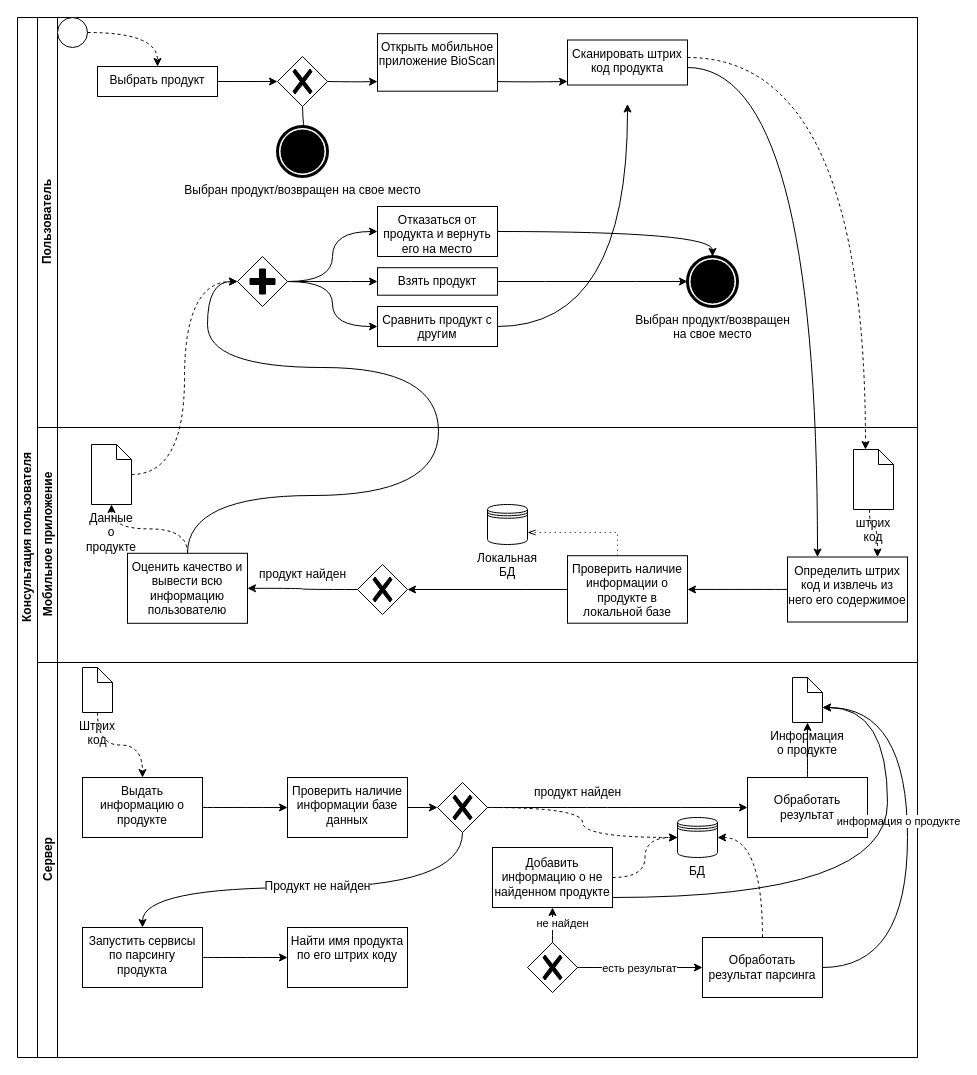
The draw.io diagram page "Пользователь" (3 of 4) of 4_course/МиСПИС/BPMN.drawio in tedmon1998/ISiT, before the edit. Source tidied: cells renumbered, new cells numbered last; positions are measured from the earlier drawing's top-left corner, leaving out a move shared by most shapes. Both pictures are drawn from the tidied source at 100%, with x=0, y=0 at pixel (17, 17).
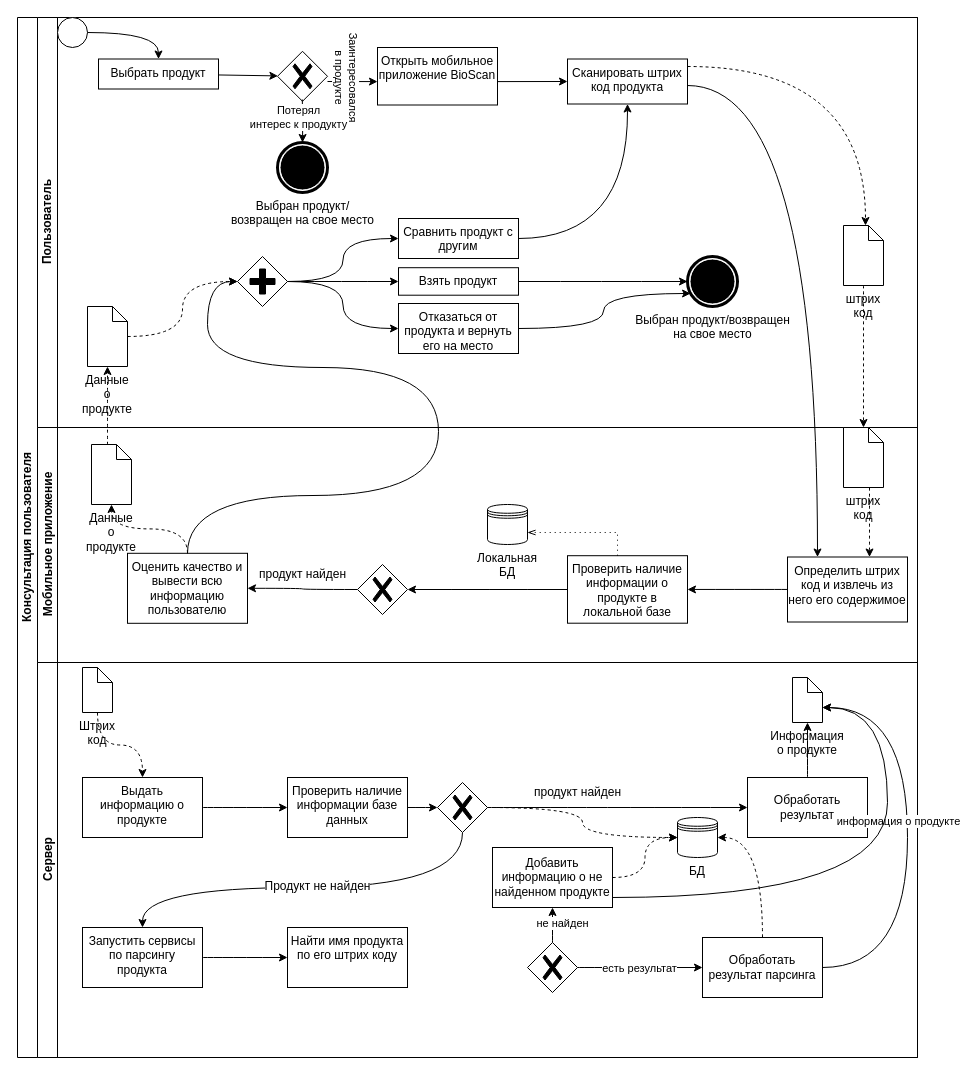
The same diagram, later.

The change refers to these unchanged cells:
```xml
<mxCell id="2" value="Консультация пользователя" style="swimlane;html=1;horizontal=0;startSize=20;whiteSpace=wrap;" parent="1" vertex="1">
  <mxGeometry width="900" height="1040" as="geometry" />
</mxCell>
<mxCell id="3" value="Пользователь" style="swimlane;html=1;startSize=20;horizontal=0;" parent="2" vertex="1">
  <mxGeometry x="20" width="880" height="410" as="geometry" />
</mxCell>
<mxCell id="16" style="points=[[0.25,0.25,0],[0.5,0,0],[0.75,0.25,0],[1,0.5,0],[0.75,0.75,0],[0.5,1,0],[0.25,0.75,0],[0,0.5,0]];shape=mxgraph.bpmn.gateway2;html=1;verticalLabelPosition=bottom;labelBackgroundColor=#ffffff;verticalAlign=top;align=center;perimeter=rhombusPerimeter;outlineConnect=0;outline=none;symbol=none;gwType=parallel;" parent="3" vertex="1">
  <mxGeometry x="200" y="239" width="50" height="50" as="geometry" />
</mxCell>
<mxCell id="23" value="Выбран продукт/возвращен &lt;br&gt;на свое место" style="points=[[0.145,0.145,0],[0.5,0,0],[0.855,0.145,0],[1,0.5,0],[0.855,0.855,0],[0.5,1,0],[0.145,0.855,0],[0,0.5,0]];shape=mxgraph.bpmn.event;html=1;verticalLabelPosition=bottom;labelBackgroundColor=#ffffff;verticalAlign=top;align=center;perimeter=ellipsePerimeter;outlineConnect=0;outline=end;symbol=terminate;" parent="3" vertex="1">
  <mxGeometry x="650" y="239" width="50" height="50" as="geometry" />
</mxCell>
<mxCell id="24" style="points=[[0.145,0.145,0],[0.5,0,0],[0.855,0.145,0],[1,0.5,0],[0.855,0.855,0],[0.5,1,0],[0.145,0.855,0],[0,0.5,0]];shape=mxgraph.bpmn.event;html=1;verticalLabelPosition=bottom;labelBackgroundColor=#ffffff;verticalAlign=top;align=center;perimeter=ellipsePerimeter;outlineConnect=0;outline=standard;symbol=general;" parent="3" vertex="1">
  <mxGeometry x="20" width="30" height="30" as="geometry" />
</mxCell>
<mxCell id="26" value="Мобильное приложение" style="swimlane;html=1;startSize=20;horizontal=0;" parent="2" vertex="1">
  <mxGeometry x="20" y="410" width="880" height="235" as="geometry" />
</mxCell>
<mxCell id="28" value="Определить штрих код и извлечь из него его содержимое" style="whiteSpace=wrap;html=1;verticalAlign=top;labelBackgroundColor=#ffffff;" parent="26" vertex="1">
  <mxGeometry x="750" y="129.5" width="120" height="65" as="geometry" />
</mxCell>
<mxCell id="39" value="Данные о продукте" style="shape=mxgraph.bpmn.data;labelPosition=center;verticalLabelPosition=bottom;align=center;verticalAlign=top;whiteSpace=wrap;size=15;html=1;" parent="26" vertex="1">
  <mxGeometry x="54" y="17" width="40" height="60" as="geometry" />
</mxCell>
```

What changed in the source:
```diff
@@
-    <mxCell id="4" style="edgeStyle=orthogonalEdgeStyle;curved=1;rounded=0;jettySize=auto;html=1;endArrow=classic;endFill=1;entryX=0;entryY=0.5;entryDx=0;entryDy=0;entryPerimeter=0;" parent="3" edge="1" source="5">
-      <mxGeometry relative="1" as="geometry">
-        <mxPoint x="240" y="64" as="targetPoint" />
-      </mxGeometry>
+    <mxCell id="4" style="rounded=0;jettySize=auto;html=1;endArrow=classic;endFill=1;" parent="3" edge="1" source="5" target="10">
+      <mxGeometry relative="1" as="geometry" />
     </mxCell>
     <mxCell id="5" value="Выбрать продукт" style="whiteSpace=wrap;html=1;verticalAlign=top;labelBackgroundColor=#ffffff;" parent="3" vertex="1">
-      <mxGeometry x="60" y="49" width="120" height="30" as="geometry" />
+      <mxGeometry x="61" y="41.5" width="120" height="30" as="geometry" />
     </mxCell>
-    <mxCell id="6" style="edgeStyle=orthogonalEdgeStyle;curved=1;rounded=0;orthogonalLoop=1;jettySize=auto;html=1;endArrow=classic;endFill=1;" parent="3" edge="1">
+    <mxCell id="6" style="rounded=0;orthogonalLoop=1;jettySize=auto;html=1;endArrow=classic;endFill=1;" parent="3" edge="1">
       <mxGeometry relative="1" as="geometry">
         <mxPoint x="460" y="64.1" as="sourcePoint" />
         <mxPoint x="530" y="64" as="targetPoint" />
       </mxGeometry>
     </mxCell>
     <mxCell id="7" value="Открыть мобильное приложение BioScan" style="whiteSpace=wrap;html=1;verticalAlign=top;labelBackgroundColor=#ffffff;" parent="3" vertex="1">
-      <mxGeometry x="340" y="16.2" width="120" height="57.5" as="geometry" />
+      <mxGeometry x="340" y="30" width="120" height="57.5" as="geometry" />
     </mxCell>
-    <mxCell id="8" style="edgeStyle=orthogonalEdgeStyle;curved=1;rounded=0;orthogonalLoop=1;jettySize=auto;html=1;endArrow=classic;endFill=1;" parent="3" edge="1">
+    <mxCell id="8" style="rounded=0;orthogonalLoop=1;jettySize=auto;html=1;endArrow=classic;endFill=1;" parent="3" edge="1">
       <mxGeometry relative="1" as="geometry">
         <mxPoint x="290" y="64" as="sourcePoint" />
         <mxPoint x="340" y="64.1" as="targetPoint" />
       </mxGeometry>
     </mxCell>
-    <mxCell id="9" style="edgeStyle=orthogonalEdgeStyle;curved=1;rounded=0;jettySize=auto;html=1;endArrow=classic;endFill=1;" parent="3" edge="1" target="12">
-      <mxGeometry relative="1" as="geometry">
-        <mxPoint x="265" y="89" as="sourcePoint" />
-      </mxGeometry>
-    </mxCell>
+    <mxCell id="77" value="Заинтересовался &lt;br&gt;в продукте" style="edgeLabel;html=1;align=center;verticalAlign=middle;rotation=90;" parent="8" vertex="1">
+      <mxGeometry x="-0.23" y="1" relative="1" as="geometry">
+        <mxPoint x="1" y="-4" as="offset" />
+      </mxGeometry>
+    </mxCell>
     <mxCell id="10" style="points=[[0.25,0.25,0],[0.5,0,0],[0.75,0.25,0],[1,0.5,0],[0.75,0.75,0],[0.5,1,0],[0.25,0.75,0],[0,0.5,0]];shape=mxgraph.bpmn.gateway2;html=1;verticalLabelPosition=bottom;labelBackgroundColor=#ffffff;verticalAlign=top;align=center;perimeter=rhombusPerimeter;outlineConnect=0;outline=none;symbol=none;gwType=exclusive;" parent="3" vertex="1">
-      <mxGeometry x="240" y="39" width="50" height="50" as="geometry" />
+      <mxGeometry x="240" y="33.8" width="50" height="50" as="geometry" />
     </mxCell>
     <mxCell id="11" value="Сканировать штрих код продукта" style="whiteSpace=wrap;html=1;verticalAlign=top;labelBackgroundColor=#ffffff;" parent="3" vertex="1">
-      <mxGeometry x="530" y="22.5" width="120" height="45" as="geometry" />
+      <mxGeometry x="530" y="41.5" width="120" height="45" as="geometry" />
     </mxCell>
-    <mxCell id="12" value="Выбран продукт/возвращен на свое место" style="points=[[0.145,0.145,0],[0.5,0,0],[0.855,0.145,0],[1,0.5,0],[0.855,0.855,0],[0.5,1,0],[0.145,0.855,0],[0,0.5,0]];shape=mxgraph.bpmn.event;html=1;verticalLabelPosition=bottom;labelBackgroundColor=#ffffff;verticalAlign=top;align=center;perimeter=ellipsePerimeter;outlineConnect=0;outline=end;symbol=terminate;" parent="3" vertex="1">
-      <mxGeometry x="240" y="109" width="50" height="50" as="geometry" />
+    <mxCell id="12" value="Выбран продукт/&lt;br&gt;возвращен на свое место" style="points=[[0.145,0.145,0],[0.5,0,0],[0.855,0.145,0],[1,0.5,0],[0.855,0.855,0],[0.5,1,0],[0.145,0.855,0],[0,0.5,0]];shape=mxgraph.bpmn.event;html=1;verticalLabelPosition=bottom;labelBackgroundColor=#ffffff;verticalAlign=top;align=center;perimeter=ellipsePerimeter;outlineConnect=0;outline=end;symbol=terminate;" parent="3" vertex="1">
+      <mxGeometry x="240" y="125" width="50" height="50" as="geometry" />
     </mxCell>
@@
     <mxCell id="18" value="Взять продукт" style="whiteSpace=wrap;html=1;verticalAlign=top;labelBackgroundColor=#ffffff;" parent="3" vertex="1">
-      <mxGeometry x="340" y="250.2" width="120" height="27.5" as="geometry" />
+      <mxGeometry x="361" y="250.2" width="120" height="27.5" as="geometry" />
     </mxCell>
-    <mxCell id="19" style="edgeStyle=orthogonalEdgeStyle;curved=1;rounded=0;jettySize=auto;html=1;endArrow=classic;endFill=1;entryX=0.5;entryY=0;entryDx=0;entryDy=0;entryPerimeter=0;" parent="3" edge="1" source="20" target="23">
-      <mxGeometry relative="1" as="geometry" />
+    <mxCell id="19" style="edgeStyle=orthogonalEdgeStyle;curved=1;rounded=0;jettySize=auto;html=1;endArrow=classic;endFill=1;" parent="3" edge="1" source="20" target="23">
+      <mxGeometry relative="1" as="geometry">
+        <Array as="points">
+          <mxPoint x="566" y="311" />
+          <mxPoint x="566" y="276" />
+        </Array>
+      </mxGeometry>
     </mxCell>
     <mxCell id="20" value="Отказаться от продукта и вернуть его на место" style="whiteSpace=wrap;html=1;verticalAlign=top;labelBackgroundColor=#ffffff;" parent="3" vertex="1">
-      <mxGeometry x="340" y="189" width="120" height="50" as="geometry" />
+      <mxGeometry x="361" y="286" width="120" height="50" as="geometry" />
     </mxCell>
@@
     <mxCell id="22" value="Сравнить продукт с другим" style="whiteSpace=wrap;html=1;verticalAlign=top;labelBackgroundColor=#ffffff;" parent="3" vertex="1">
-      <mxGeometry x="340" y="289" width="120" height="40" as="geometry" />
+      <mxGeometry x="361" y="201" width="120" height="40" as="geometry" />
     </mxCell>
@@
-    <mxCell id="25" style="edgeStyle=orthogonalEdgeStyle;curved=1;rounded=0;jettySize=auto;html=1;dashed=1;" parent="3" edge="1" source="24" target="5">
+    <mxCell id="25" style="edgeStyle=orthogonalEdgeStyle;curved=1;rounded=0;jettySize=auto;html=1;" parent="3" edge="1" source="24" target="5">
       <mxGeometry relative="1" as="geometry" />
     </mxCell>
+    <mxCell id="9" style="edgeStyle=orthogonalEdgeStyle;curved=1;rounded=0;jettySize=auto;html=1;endArrow=classic;endFill=1;" parent="3" edge="1" target="12">
+      <mxGeometry relative="1" as="geometry">
+        <mxPoint x="264.8" y="82" as="sourcePoint" />
+      </mxGeometry>
+    </mxCell>
+    <mxCell id="78" value="Потерял &lt;br&gt;интерес к продукту" style="edgeLabel;html=1;align=center;verticalAlign=middle;" parent="9" vertex="1">
+      <mxGeometry x="0.47" y="-1" relative="1" as="geometry">
+        <mxPoint x="-4" y="-14" as="offset" />
+      </mxGeometry>
+    </mxCell>
+    <mxCell id="79" value="штрих код&lt;br&gt;" style="shape=mxgraph.bpmn.data;labelPosition=center;verticalLabelPosition=bottom;align=center;verticalAlign=top;whiteSpace=wrap;size=15;html=1;" parent="3" vertex="1">
+      <mxGeometry x="806" y="208" width="40" height="60" as="geometry" />
+    </mxCell>
+    <mxCell id="75" style="edgeStyle=orthogonalEdgeStyle;curved=1;rounded=0;jettySize=auto;html=1;dashed=1;" parent="3" edge="1" source="11" target="79">
+      <mxGeometry relative="1" as="geometry">
+        <Array as="points">
+          <mxPoint x="828" y="49" />
+        </Array>
+      </mxGeometry>
+    </mxCell>
+    <mxCell id="80" value="Данные о продукте" style="shape=mxgraph.bpmn.data;labelPosition=center;verticalLabelPosition=bottom;align=center;verticalAlign=top;whiteSpace=wrap;size=15;html=1;" parent="3" vertex="1">
+      <mxGeometry x="50" y="289" width="40" height="60" as="geometry" />
+    </mxCell>
+    <mxCell id="76" style="edgeStyle=orthogonalEdgeStyle;curved=1;rounded=0;jettySize=auto;html=1;entryX=0;entryY=0.5;entryDx=0;entryDy=0;entryPerimeter=0;dashed=1;" parent="3" edge="1" source="80" target="16">
+      <mxGeometry relative="1" as="geometry" />
+    </mxCell>
@@
     <mxCell id="37" value="штрих код&lt;br&gt;" style="shape=mxgraph.bpmn.data;labelPosition=center;verticalLabelPosition=bottom;align=center;verticalAlign=top;whiteSpace=wrap;size=15;html=1;" parent="26" vertex="1">
-      <mxGeometry x="816" y="22" width="40" height="60" as="geometry" />
+      <mxGeometry x="806" width="40" height="60" as="geometry" />
     </mxCell>
     <mxCell id="38" style="edgeStyle=orthogonalEdgeStyle;curved=1;rounded=0;jettySize=auto;html=1;endArrow=classic;endFill=1;dashed=1;" parent="26" edge="1" source="37" target="28">
       <mxGeometry relative="1" as="geometry">
         <Array as="points">
-          <mxPoint x="832" y="99" />
-          <mxPoint x="840" y="99" />
+          <mxPoint x="832" y="115" />
+          <mxPoint x="832" y="115" />
         </Array>
       </mxGeometry>
     </mxCell>
@@
     <mxCell id="74" style="endArrow=classic;html=1;rounded=0;edgeStyle=orthogonalEdgeStyle;curved=1;" parent="2" edge="1" source="11" target="28">
       <mxGeometry relative="1" as="geometry">
         <Array as="points">
-          <mxPoint x="800" y="50" />
+          <mxPoint x="800" y="68" />
         </Array>
       </mxGeometry>
     </mxCell>
-    <mxCell id="75" style="edgeStyle=orthogonalEdgeStyle;curved=1;rounded=0;jettySize=auto;html=1;dashed=1;" parent="2" edge="1" source="11" target="37">
-      <mxGeometry relative="1" as="geometry">
-        <Array as="points">
-          <mxPoint x="848" y="40" />
-        </Array>
-      </mxGeometry>
-    </mxCell>
-    <mxCell id="76" style="edgeStyle=orthogonalEdgeStyle;curved=1;rounded=0;jettySize=auto;html=1;entryX=0;entryY=0.5;entryDx=0;entryDy=0;entryPerimeter=0;dashed=1;" parent="2" edge="1" source="39" target="16">
-      <mxGeometry relative="1" as="geometry" />
-    </mxCell>
+    <mxCell id="81" style="edgeStyle=orthogonalEdgeStyle;rounded=0;jettySize=auto;html=1;curved=1;dashed=1;" parent="2" edge="1" source="79" target="37">
+      <mxGeometry relative="1" as="geometry" />
+    </mxCell>
+    <mxCell id="82" style="edgeStyle=orthogonalEdgeStyle;rounded=0;jettySize=auto;html=1;curved=1;dashed=1;" parent="2" edge="1" source="39" target="80">
+      <mxGeometry relative="1" as="geometry">
+        <Array as="points">
+          <mxPoint x="90" y="404" />
+          <mxPoint x="90" y="404" />
+        </Array>
+      </mxGeometry>
+    </mxCell>
```
